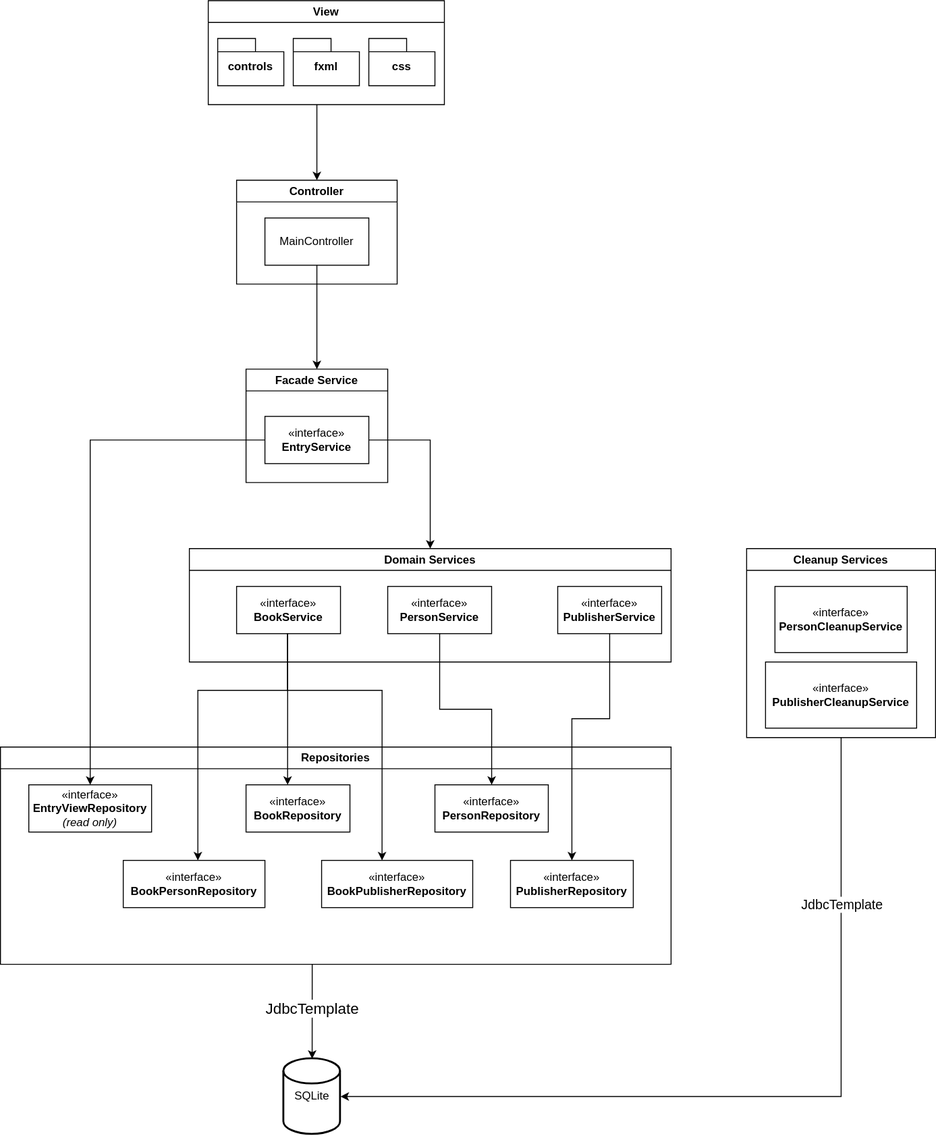
scrVrdn/inventory keeps this draw.io diagram as diagrams/architecture.drawio.svg. Above is the earlier version. Source tidied: cells renumbered, new cells last; positions are measured from the earlier drawing's top-left corner, leaving out a move shared by most shapes.
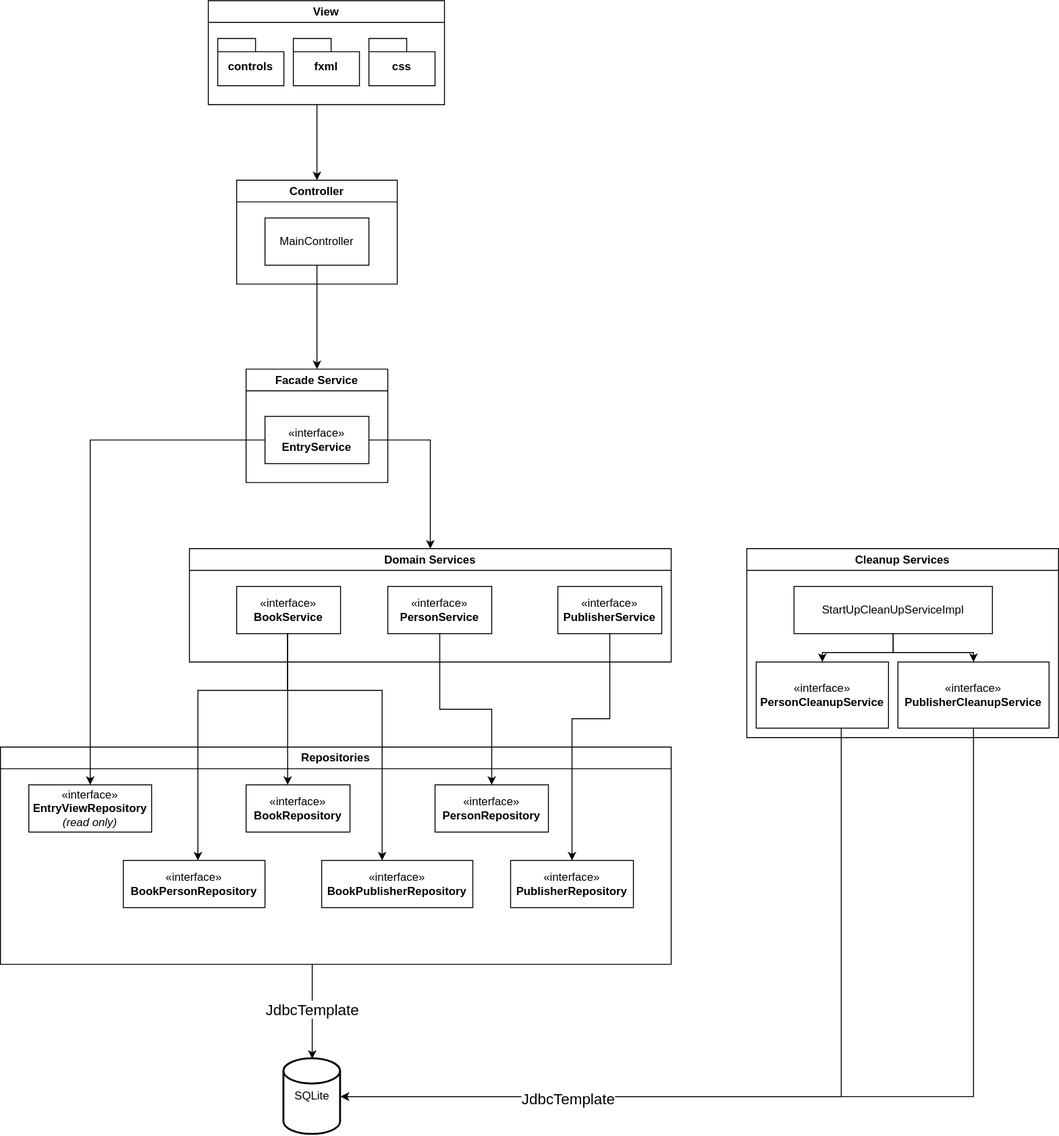
After the commit.

Commit message:
updated architecture diagram

Change to the diagram source:
```diff
@@ -36,14 +36,23 @@
       <mxGeometry x="390" y="40" width="110" height="50" as="geometry" />
     </mxCell>
     <mxCell id="13" value="Cleanup Services" style="swimlane;whiteSpace=wrap;html=1;" parent="1" vertex="1">
-      <mxGeometry x="790" y="580" width="200" height="200" as="geometry" />
+      <mxGeometry x="790" y="580" width="330" height="200" as="geometry" />
     </mxCell>
     <mxCell id="14" value="«interface»&lt;br&gt;&lt;b&gt;PersonCleanupService&lt;/b&gt;" style="html=1;whiteSpace=wrap;" parent="13" vertex="1">
-      <mxGeometry x="30" y="40" width="140" height="70" as="geometry" />
+      <mxGeometry x="10" y="120" width="140" height="70" as="geometry" />
     </mxCell>
     <mxCell id="15" value="«interface»&lt;br&gt;&lt;b&gt;PublisherCleanupService&lt;/b&gt;" style="html=1;whiteSpace=wrap;" parent="13" vertex="1">
-      <mxGeometry x="20" y="120" width="160" height="70" as="geometry" />
+      <mxGeometry x="160" y="120" width="160" height="70" as="geometry" />
     </mxCell>
+    <mxCell id="38" style="edgeStyle=orthogonalEdgeStyle;rounded=0;jettySize=auto;html=1;entryX=0.5;entryY=0;entryDx=0;entryDy=0;" parent="13" edge="1" source="40" target="14">
+      <mxGeometry relative="1" as="geometry" />
+    </mxCell>
+    <mxCell id="39" style="edgeStyle=orthogonalEdgeStyle;rounded=0;jettySize=auto;html=1;entryX=0.5;entryY=0;entryDx=0;entryDy=0;" parent="13" edge="1" source="40" target="15">
+      <mxGeometry relative="1" as="geometry" />
+    </mxCell>
+    <mxCell id="40" value="&lt;div&gt;StartUpCleanUpServiceImpl&lt;/div&gt;" style="html=1;whiteSpace=wrap;" parent="13" vertex="1">
+      <mxGeometry x="50" y="40" width="210" height="50" as="geometry" />
+    </mxCell>
     <mxCell id="16" value="Facade Service" style="swimlane;whiteSpace=wrap;html=1;" parent="1" vertex="1">
       <mxGeometry x="260" y="390" width="150" height="120" as="geometry" />
     </mxCell>
@@ -87,16 +96,6 @@
     <mxCell id="27" value="&lt;font style=&quot;font-size: 16px;&quot;&gt;JdbcTemplate&lt;/font&gt;" style="edgeLabel;html=1;align=center;verticalAlign=middle;" parent="26" vertex="1">
       <mxGeometry x="-0.07" y="-1" relative="1" as="geometry" />
     </mxCell>
-    <mxCell id="28" style="edgeStyle=orthogonalEdgeStyle;rounded=0;jettySize=auto;html=1;entryX=1;entryY=0.5;entryDx=0;entryDy=0;entryPerimeter=0;" parent="1" edge="1" source="13" target="21">
-      <mxGeometry relative="1" as="geometry">
-        <Array as="points">
-          <mxPoint x="890" y="1160" />
-        </Array>
-      </mxGeometry>
-    </mxCell>
-    <mxCell id="29" value="&lt;font style=&quot;font-size: 14px;&quot;&gt;JdbcTemplate&lt;/font&gt;" style="edgeLabel;html=1;align=center;verticalAlign=middle;" parent="28" vertex="1">
-      <mxGeometry x="-0.61" relative="1" as="geometry" />
-    </mxCell>
     <mxCell id="30" style="edgeStyle=orthogonalEdgeStyle;rounded=0;orthogonalLoop=1;jettySize=auto;html=1;entryX=0.5;entryY=0;entryDx=0;entryDy=0;" parent="1" edge="1">
       <mxGeometry relative="1" as="geometry">
         <mxPoint x="304" y="670" as="sourcePoint" />
@@ -151,5 +150,27 @@
     <mxCell id="37" style="edgeStyle=orthogonalEdgeStyle;rounded=0;jettySize=auto;html=1;entryX=0.5;entryY=0;entryDx=0;entryDy=0;" parent="1" edge="1" source="20" target="16">
       <mxGeometry relative="1" as="geometry" />
     </mxCell>
+    <mxCell id="41" style="group;" parent="1" vertex="1">
+      <mxGeometry x="360" y="770" width="670" height="390" as="geometry" />
+    </mxCell>
+    <mxCell id="42" style="edgeStyle=orthogonalEdgeStyle;rounded=0;orthogonalLoop=1;jettySize=auto;html=1;entryX=1;entryY=0.5;entryDx=0;entryDy=0;entryPerimeter=0;" parent="41" edge="1">
+      <mxGeometry relative="1" as="geometry">
+        <mxPoint x="530" as="sourcePoint" />
+        <mxPoint y="390" as="targetPoint" />
+        <Array as="points">
+          <mxPoint x="530" y="390" />
+        </Array>
+      </mxGeometry>
+    </mxCell>
+    <mxCell id="43" style="edgeStyle=orthogonalEdgeStyle;rounded=0;jettySize=auto;html=1;entryX=1;entryY=0.5;entryDx=0;entryDy=0;entryPerimeter=0;" parent="41" edge="1" source="15" target="21">
+      <mxGeometry relative="1" as="geometry">
+        <Array as="points">
+          <mxPoint x="670" y="390" />
+        </Array>
+      </mxGeometry>
+    </mxCell>
+    <mxCell id="29" value="&lt;div&gt;&lt;font style=&quot;font-size: 16px;&quot;&gt;JdbcTemplate&lt;/font&gt;&lt;/div&gt;" style="edgeLabel;html=1;align=center;verticalAlign=middle;" parent="43" vertex="1">
+      <mxGeometry x="0.55" y="2" relative="1" as="geometry" />
+    </mxCell>
   </root>
 </mxGraphModel>
```
